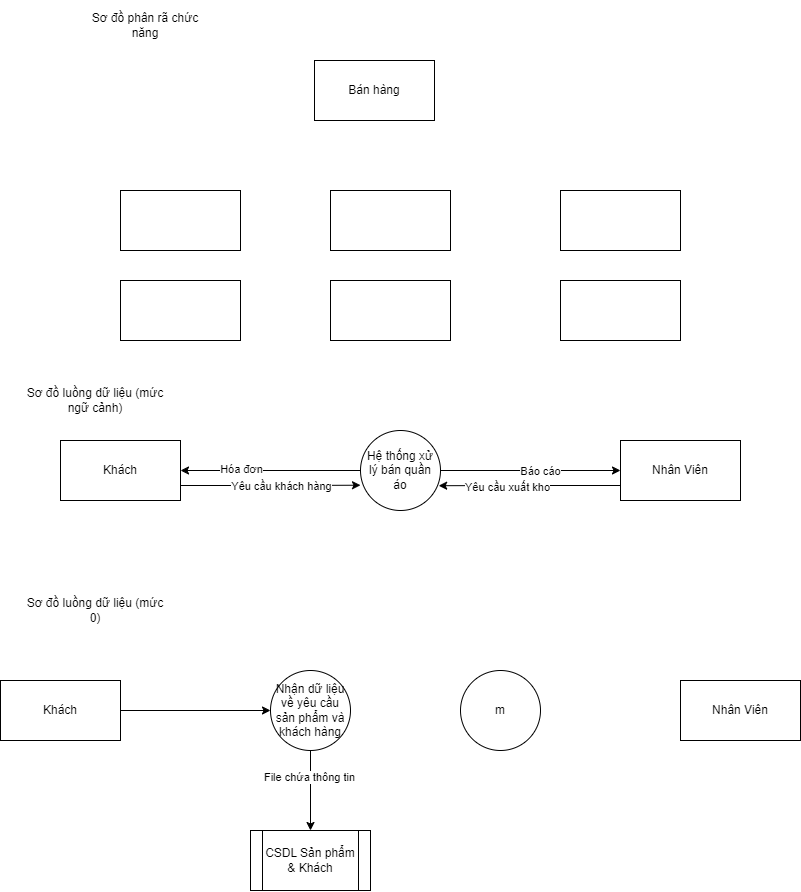
Before: DFD1.png, a diagram exported from draw.io (InfiniteByte1811/branch1). Source tidied: cells renumbered, new cells last; positions are measured from the earlier drawing's top-left corner, leaving out a move shared by most shapes.
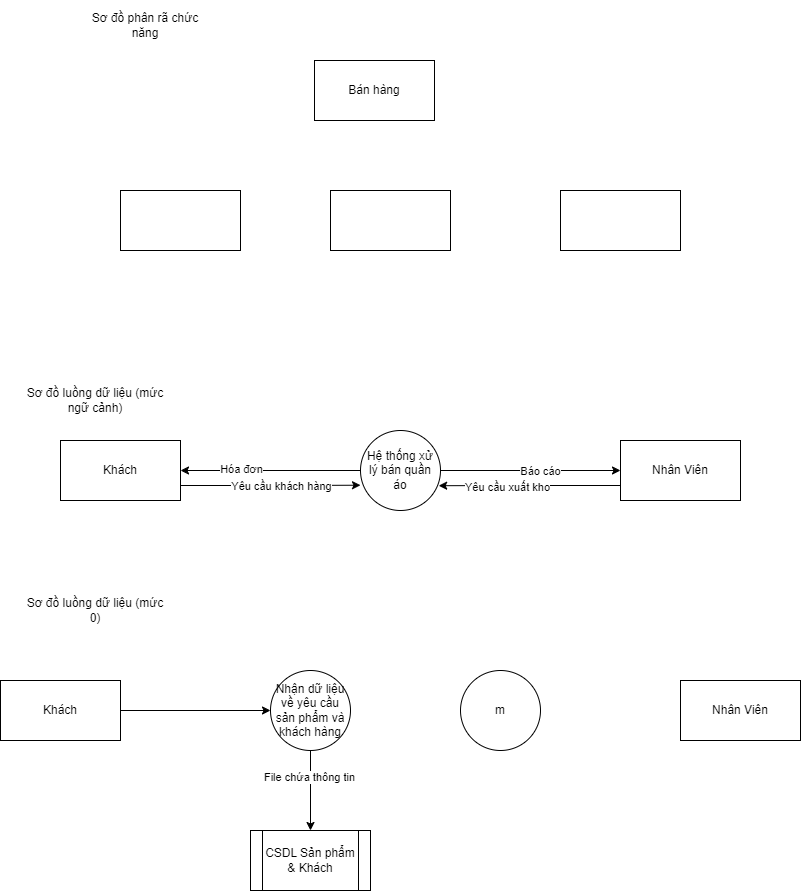
The same file after the commit.

Commit message:
Cập nhật DFD1.png

What changed in the source:
```diff
@@ -74,20 +74,11 @@
     <mxCell id="25" style="rounded=0;whiteSpace=wrap;html=1;" parent="1" vertex="1">
       <mxGeometry x="330" y="190" width="120" height="60" as="geometry" />
     </mxCell>
-    <mxCell id="26" style="rounded=0;whiteSpace=wrap;html=1;" parent="1" vertex="1">
-      <mxGeometry x="330" y="280" width="120" height="60" as="geometry" />
-    </mxCell>
     <mxCell id="27" style="rounded=0;whiteSpace=wrap;html=1;" parent="1" vertex="1">
       <mxGeometry x="120" y="190" width="120" height="60" as="geometry" />
     </mxCell>
-    <mxCell id="28" style="rounded=0;whiteSpace=wrap;html=1;" parent="1" vertex="1">
-      <mxGeometry x="120" y="280" width="120" height="60" as="geometry" />
-    </mxCell>
     <mxCell id="29" style="rounded=0;whiteSpace=wrap;html=1;" parent="1" vertex="1">
       <mxGeometry x="560" y="190" width="120" height="60" as="geometry" />
     </mxCell>
-    <mxCell id="30" style="rounded=0;whiteSpace=wrap;html=1;" parent="1" vertex="1">
-      <mxGeometry x="560" y="280" width="120" height="60" as="geometry" />
-    </mxCell>
   </root>
 </mxGraphModel>
```
